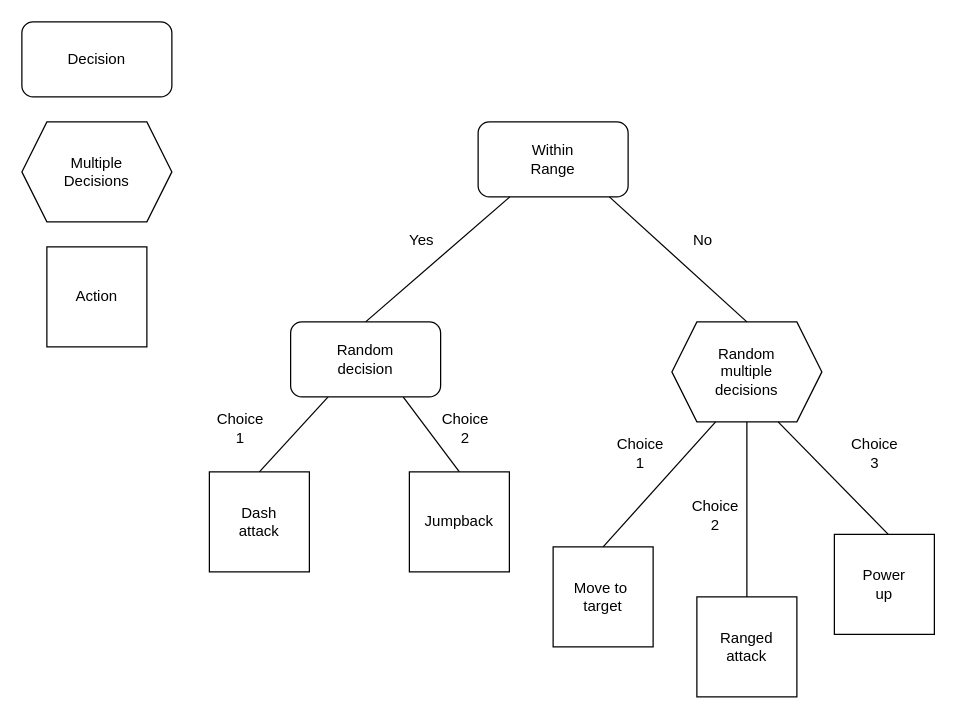
Before: decisionPatterns/BoarBossDecisionTree.drawio in Wikkus/TheOneTrueKing, a draw.io diagram. Source tidied: cells renumbered, new cells numbered last; positions are measured from the earlier drawing's top-left corner, leaving out a move shared by most shapes. Both pictures are drawn from the tidied source at 125%, with x=0, y=0 at pixel (21, 21).
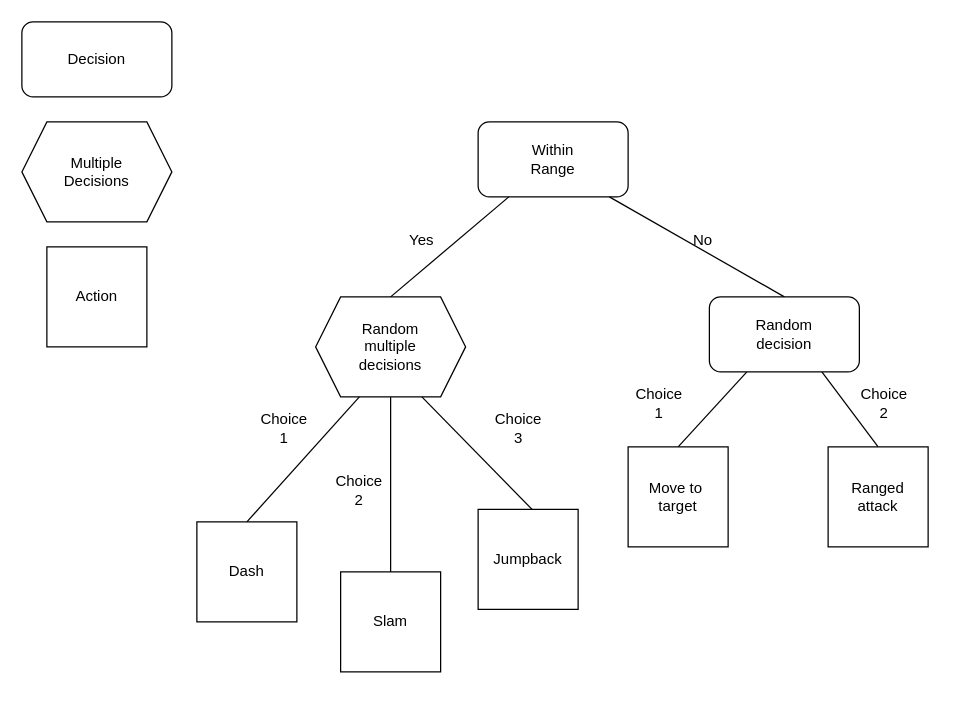
After the change.

The change refers to these unchanged cells:
```xml
<mxCell id="2" value="Within&lt;div&gt;Range&lt;/div&gt;" style="rounded=1;whiteSpace=wrap;html=1;" parent="1" vertex="1">
  <mxGeometry x="365" y="80" width="120" height="60" as="geometry" />
</mxCell>
```

The edit, as a diff of the source:
```diff
@@
-    <mxCell id="3" style="endArrow=none;html=1;rounded=0;exitX=0.5;exitY=0;exitDx=0;exitDy=0;" parent="1" edge="1" source="18" target="2">
+    <mxCell id="3" style="endArrow=none;html=1;rounded=0;exitX=0.5;exitY=0;exitDx=0;exitDy=0;" parent="1" edge="1" source="7" target="2">
       <mxGeometry relative="1" as="geometry" />
     </mxCell>
@@
-    <mxCell id="7" value="Random&lt;div&gt;multiple&lt;/div&gt;&lt;div&gt;decisions&lt;/div&gt;" style="shape=hexagon;perimeter=hexagonPerimeter2;whiteSpace=wrap;html=1;fixedSize=1;" parent="1" vertex="1">
-      <mxGeometry x="520" y="240" width="120" height="80" as="geometry" />
-    </mxCell>
@@
-    <mxCell id="10" style="endArrow=none;html=1;rounded=0;exitX=0.5;exitY=0;exitDx=0;exitDy=0;" parent="1" edge="1" source="21">
-      <mxGeometry relative="1" as="geometry">
-        <mxPoint x="580" y="320" as="targetPoint" />
-      </mxGeometry>
-    </mxCell>
@@
-    <mxCell id="12" value="Choice 1" style="text;html=1;align=center;verticalAlign=middle;whiteSpace=wrap;rounded=0;" parent="1" vertex="1">
-      <mxGeometry x="475" y="330" width="40" height="30" as="geometry" />
-    </mxCell>
-    <mxCell id="13" value="Choice 2" style="text;html=1;align=center;verticalAlign=middle;whiteSpace=wrap;rounded=0;" parent="1" vertex="1">
-      <mxGeometry x="535" y="380" width="40" height="30" as="geometry" />
-    </mxCell>
-    <mxCell id="14" value="Choice 3" style="text;html=1;align=center;verticalAlign=middle;whiteSpace=wrap;rounded=0;" parent="1" vertex="1">
-      <mxGeometry x="660" y="330" width="45" height="30" as="geometry" />
-    </mxCell>
-    <mxCell id="15" value="Dash&lt;div&gt;attack&lt;/div&gt;" style="whiteSpace=wrap;html=1;" parent="1" vertex="1">
-      <mxGeometry x="150" y="360" width="80" height="80" as="geometry" />
+    <mxCell id="15" value="Move to&amp;nbsp;&lt;div&gt;target&lt;/div&gt;" style="whiteSpace=wrap;html=1;" parent="1" vertex="1">
+      <mxGeometry x="485" y="340" width="80" height="80" as="geometry" />
     </mxCell>
-    <mxCell id="16" style="endArrow=none;html=1;rounded=0;exitX=0.5;exitY=0;exitDx=0;exitDy=0;" parent="1" edge="1" source="7">
+    <mxCell id="16" style="endArrow=none;html=1;rounded=0;exitX=0.5;exitY=0;exitDx=0;exitDy=0;" parent="1" edge="1" source="18">
       <mxGeometry relative="1" as="geometry">
         <mxPoint x="470" y="140" as="targetPoint" />
       </mxGeometry>
     </mxCell>
-    <mxCell id="17" value="Move to&amp;nbsp;&lt;div&gt;target&lt;/div&gt;" style="whiteSpace=wrap;html=1;" parent="1" vertex="1">
-      <mxGeometry x="425" y="420" width="80" height="80" as="geometry" />
-    </mxCell>
     <mxCell id="18" value="Random&lt;div&gt;decision&lt;/div&gt;" style="rounded=1;whiteSpace=wrap;html=1;" parent="1" vertex="1">
-      <mxGeometry x="215" y="240" width="120" height="60" as="geometry" />
+      <mxGeometry x="550" y="220" width="120" height="60" as="geometry" />
     </mxCell>
-    <mxCell id="19" style="endArrow=none;html=1;rounded=0;exitX=0.5;exitY=0;exitDx=0;exitDy=0;" parent="1" edge="1" source="17">
-      <mxGeometry relative="1" as="geometry">
-        <mxPoint x="555" y="320" as="targetPoint" />
-      </mxGeometry>
-    </mxCell>
-    <mxCell id="20" style="endArrow=none;html=1;rounded=0;exitX=0.588;exitY=0.05;exitDx=0;exitDy=0;exitPerimeter=0;" parent="1" edge="1" source="22">
-      <mxGeometry relative="1" as="geometry">
-        <mxPoint x="605" y="320" as="targetPoint" />
-      </mxGeometry>
-    </mxCell>
-    <mxCell id="21" value="Ranged&lt;div&gt;attack&lt;/div&gt;" style="whiteSpace=wrap;html=1;" parent="1" vertex="1">
-      <mxGeometry x="540" y="460" width="80" height="80" as="geometry" />
-    </mxCell>
-    <mxCell id="22" value="Power&lt;div&gt;up&lt;/div&gt;" style="whiteSpace=wrap;html=1;" parent="1" vertex="1">
-      <mxGeometry x="650" y="410" width="80" height="80" as="geometry" />
-    </mxCell>
-    <mxCell id="23" value="Jumpback" style="whiteSpace=wrap;html=1;" parent="1" vertex="1">
-      <mxGeometry x="310" y="360" width="80" height="80" as="geometry" />
+    <mxCell id="23" value="Ranged&lt;div&gt;attack&lt;/div&gt;" style="whiteSpace=wrap;html=1;" parent="1" vertex="1">
+      <mxGeometry x="645" y="340" width="80" height="80" as="geometry" />
     </mxCell>
@@
     <mxCell id="25" value="Choice 1" style="text;html=1;align=center;verticalAlign=middle;whiteSpace=wrap;rounded=0;" parent="1" vertex="1">
-      <mxGeometry x="155" y="310" width="40" height="30" as="geometry" />
+      <mxGeometry x="490" y="290" width="40" height="30" as="geometry" />
     </mxCell>
     <mxCell id="26" value="Choice 2" style="text;html=1;align=center;verticalAlign=middle;whiteSpace=wrap;rounded=0;" parent="1" vertex="1">
-      <mxGeometry x="335" y="310" width="40" height="30" as="geometry" />
+      <mxGeometry x="670" y="290" width="40" height="30" as="geometry" />
     </mxCell>
+    <mxCell id="7" value="Random&lt;div&gt;multiple&lt;/div&gt;&lt;div&gt;decisions&lt;/div&gt;" style="shape=hexagon;perimeter=hexagonPerimeter2;whiteSpace=wrap;html=1;fixedSize=1;" parent="1" vertex="1">
+      <mxGeometry x="235" y="220" width="120" height="80" as="geometry" />
+    </mxCell>
+    <mxCell id="27" style="endArrow=none;html=1;rounded=0;exitX=0.5;exitY=0;exitDx=0;exitDy=0;" parent="1" edge="1" source="31">
+      <mxGeometry relative="1" as="geometry">
+        <mxPoint x="295" y="300" as="targetPoint" />
+      </mxGeometry>
+    </mxCell>
+    <mxCell id="12" value="Choice 1" style="text;html=1;align=center;verticalAlign=middle;whiteSpace=wrap;rounded=0;" parent="1" vertex="1">
+      <mxGeometry x="190" y="310" width="40" height="30" as="geometry" />
+    </mxCell>
+    <mxCell id="13" value="Choice 2" style="text;html=1;align=center;verticalAlign=middle;whiteSpace=wrap;rounded=0;" parent="1" vertex="1">
+      <mxGeometry x="250" y="360" width="40" height="30" as="geometry" />
+    </mxCell>
+    <mxCell id="14" value="Choice 3" style="text;html=1;align=center;verticalAlign=middle;whiteSpace=wrap;rounded=0;" parent="1" vertex="1">
+      <mxGeometry x="375" y="310" width="45" height="30" as="geometry" />
+    </mxCell>
+    <mxCell id="28" value="Dash" style="whiteSpace=wrap;html=1;" parent="1" vertex="1">
+      <mxGeometry x="140" y="400" width="80" height="80" as="geometry" />
+    </mxCell>
+    <mxCell id="29" style="endArrow=none;html=1;rounded=0;exitX=0.5;exitY=0;exitDx=0;exitDy=0;" parent="1" edge="1" source="28">
+      <mxGeometry relative="1" as="geometry">
+        <mxPoint x="270" y="300" as="targetPoint" />
+      </mxGeometry>
+    </mxCell>
+    <mxCell id="30" style="endArrow=none;html=1;rounded=0;exitX=0.588;exitY=0.05;exitDx=0;exitDy=0;exitPerimeter=0;" parent="1" edge="1" source="32">
+      <mxGeometry relative="1" as="geometry">
+        <mxPoint x="320" y="300" as="targetPoint" />
+      </mxGeometry>
+    </mxCell>
+    <mxCell id="31" value="Slam" style="whiteSpace=wrap;html=1;" parent="1" vertex="1">
+      <mxGeometry x="255" y="440" width="80" height="80" as="geometry" />
+    </mxCell>
+    <mxCell id="32" value="Jumpback" style="whiteSpace=wrap;html=1;" parent="1" vertex="1">
+      <mxGeometry x="365" y="390" width="80" height="80" as="geometry" />
+    </mxCell>
```
